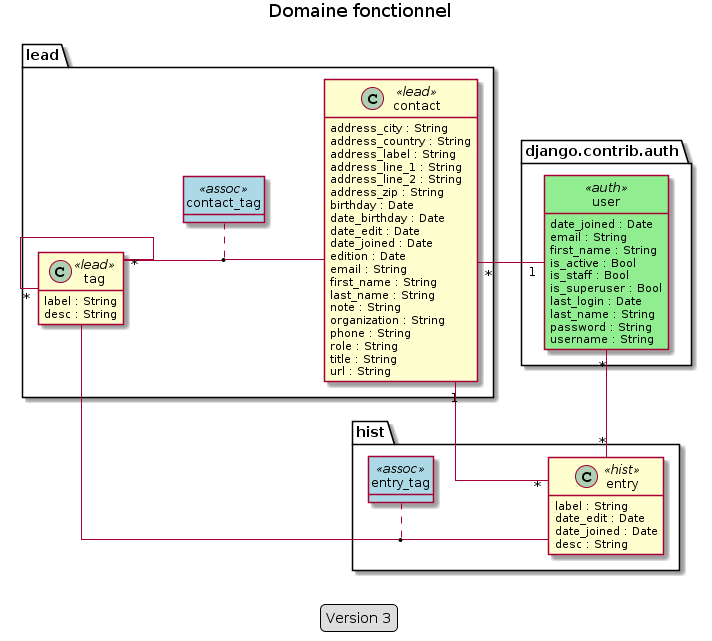
freezed/ocp13 keeps this PlantUML diagram as doc/data_model/functional_model.png. Above is the earlier version.
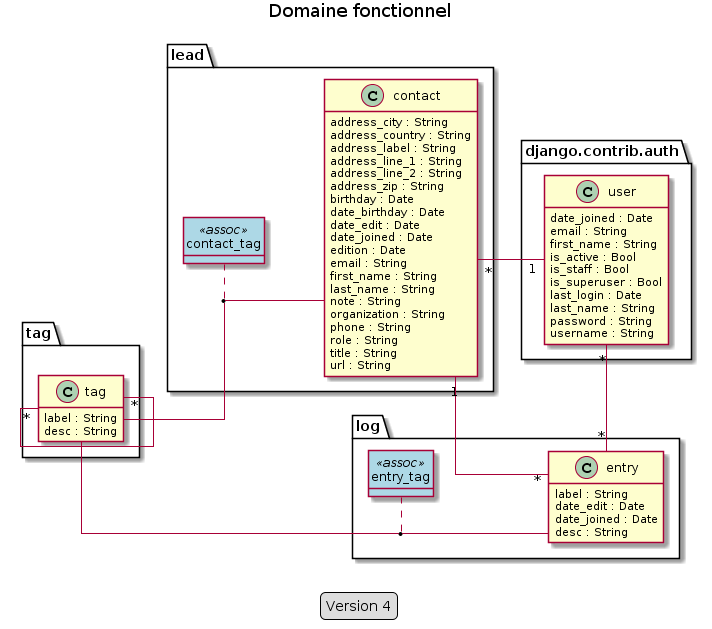
After the change.

Commit message:
Update data model to v4 images

What changed in the source:
```diff
@@ -5,34 +5,35 @@
 left to right direction
 hide empty methods
 hide <<assoc>> circle
-hide <<auth>> circle
 skinparam class {
     BackgroundColor<<assoc>> lightblue
-    BackgroundColor<<auth>> lightgreen
 }
 
 
+package "tag" {
+    class tag
+}
+
 package "lead" {
-    class contact <<lead>>
-    class tag <<lead>>
+    class contact
     class contact_tag <<assoc>>
     (tag, contact) . contact_tag
 }
 
 package "django.contrib.auth" {
-    class user <<auth>>
+    class user
 }
 
-package "hist" {
-    class entry <<hist>>
+package "log" {
+    class entry
     class entry_tag <<assoc>>
     (tag, entry) . entry_tag
 }
 
-class contact <<lead>>
-class entry <<hist>>
-class tag <<lead>>
-class user <<auth>>
+class contact
+class entry
+class tag
+class user
 
 
 contact "1" -- "*" entry
@@ -89,6 +90,6 @@
 }
 
 legend
-    Version 3
+    Version 4
 endlegend
 @enduml
```
